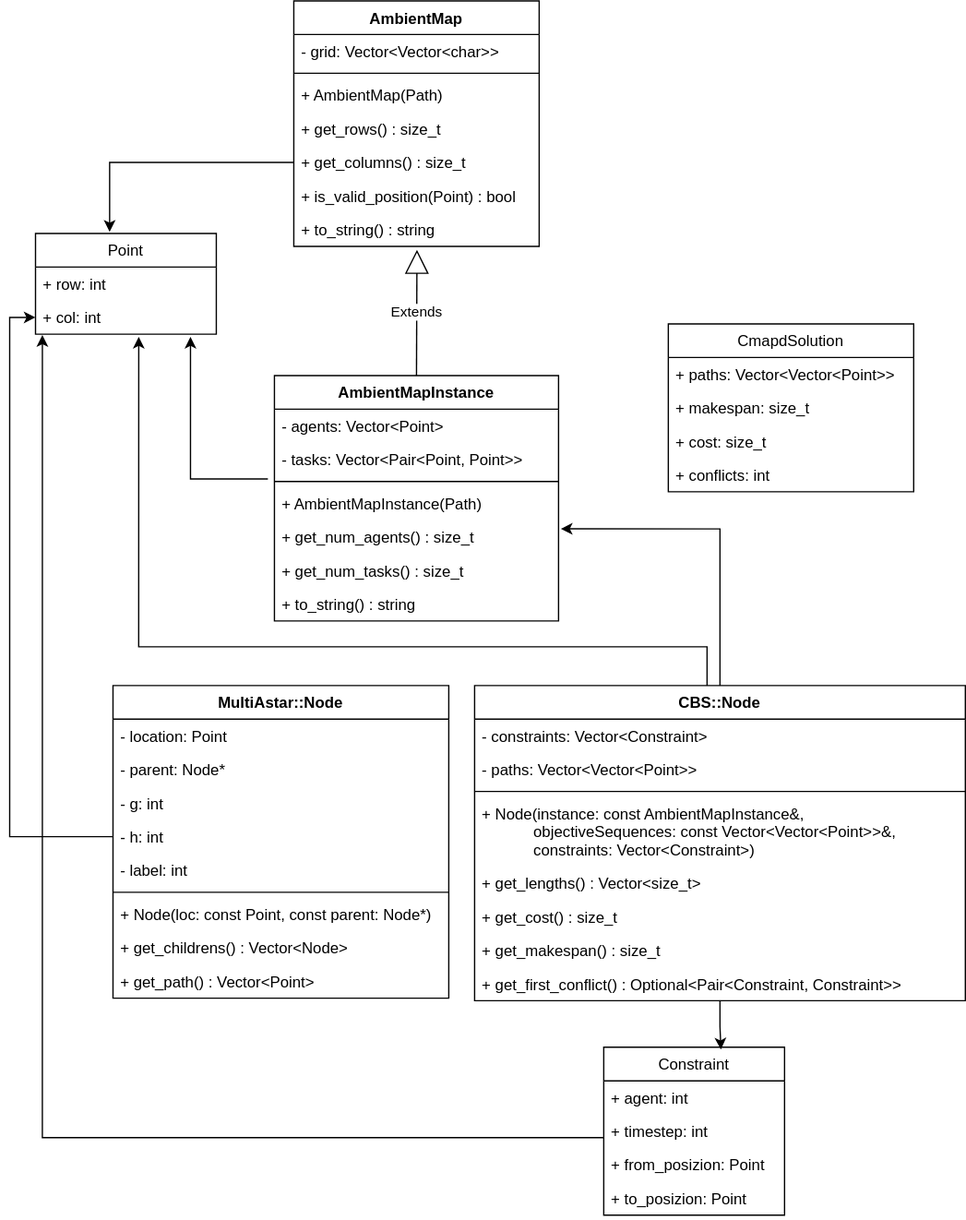
Before: doc/cmapd_uml.drawio.svg, a diagram exported from draw.io (zagoli/capacitated-mapd). Source tidied: cells renumbered, new cells last; positions are measured from the earlier drawing's top-left corner, leaving out a move shared by most shapes.
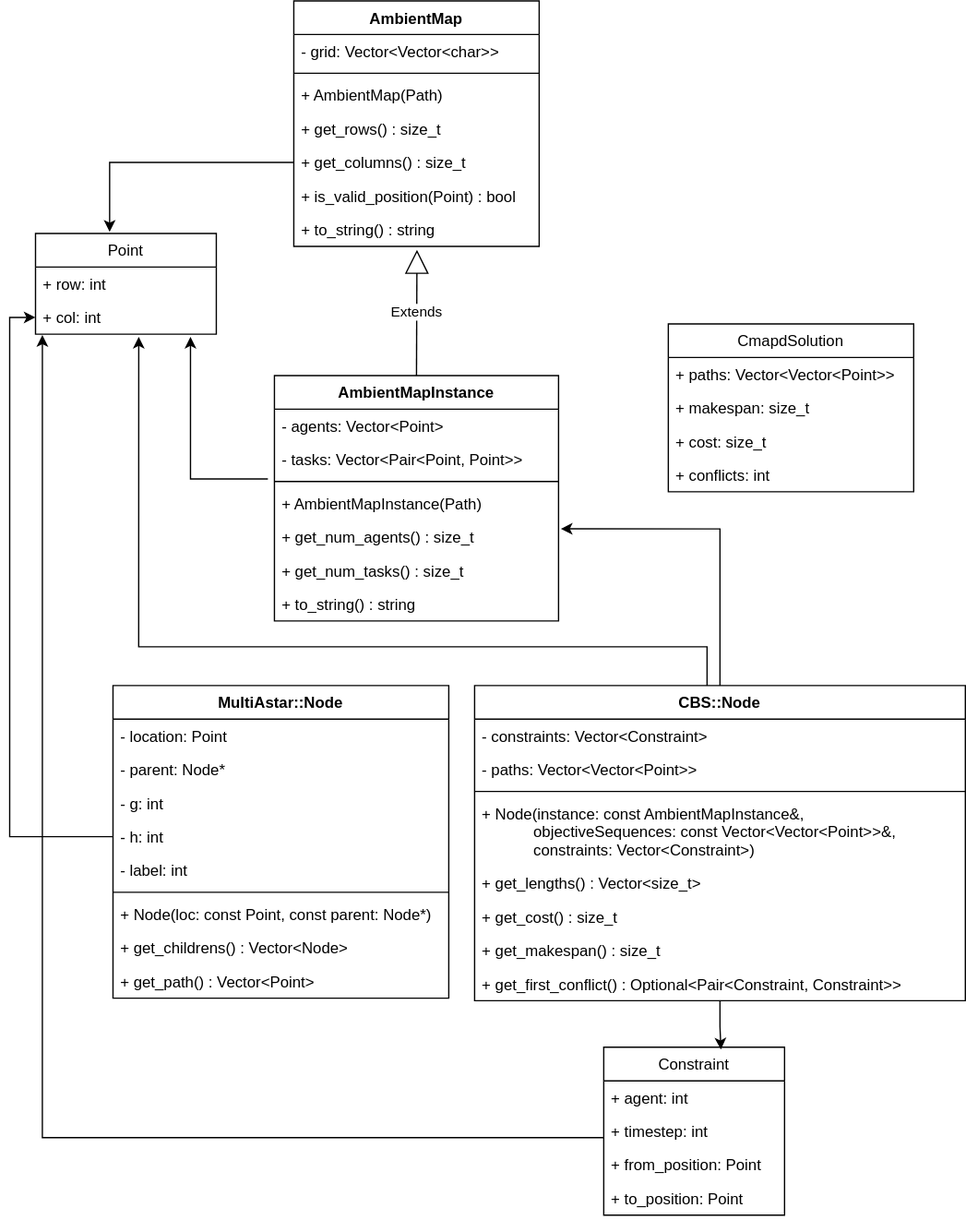
After the change.

The edit, as a diff of the source:
```diff
@@ -175,10 +175,10 @@
     <mxCell id="55" value="+ timestep: int" style="text;strokeColor=none;fillColor=none;align=left;verticalAlign=top;spacingLeft=4;spacingRight=4;overflow=hidden;" parent="53" vertex="1">
       <mxGeometry y="52" width="140" height="26" as="geometry" />
     </mxCell>
-    <mxCell id="56" value="+ from_posizion: Point" style="text;strokeColor=none;fillColor=none;align=left;verticalAlign=top;spacingLeft=4;spacingRight=4;overflow=hidden;" parent="53" vertex="1">
+    <mxCell id="56" value="+ from_position: Point" style="text;strokeColor=none;fillColor=none;align=left;verticalAlign=top;spacingLeft=4;spacingRight=4;overflow=hidden;" parent="53" vertex="1">
       <mxGeometry y="78" width="140" height="26" as="geometry" />
     </mxCell>
-    <mxCell id="57" value="+ to_posizion: Point" style="text;strokeColor=none;fillColor=none;align=left;verticalAlign=top;spacingLeft=4;spacingRight=4;overflow=hidden;" parent="53" vertex="1">
+    <mxCell id="57" value="+ to_position: Point" style="text;strokeColor=none;fillColor=none;align=left;verticalAlign=top;spacingLeft=4;spacingRight=4;overflow=hidden;" parent="53" vertex="1">
       <mxGeometry y="104" width="140" height="26" as="geometry" />
     </mxCell>
   </root>
```
